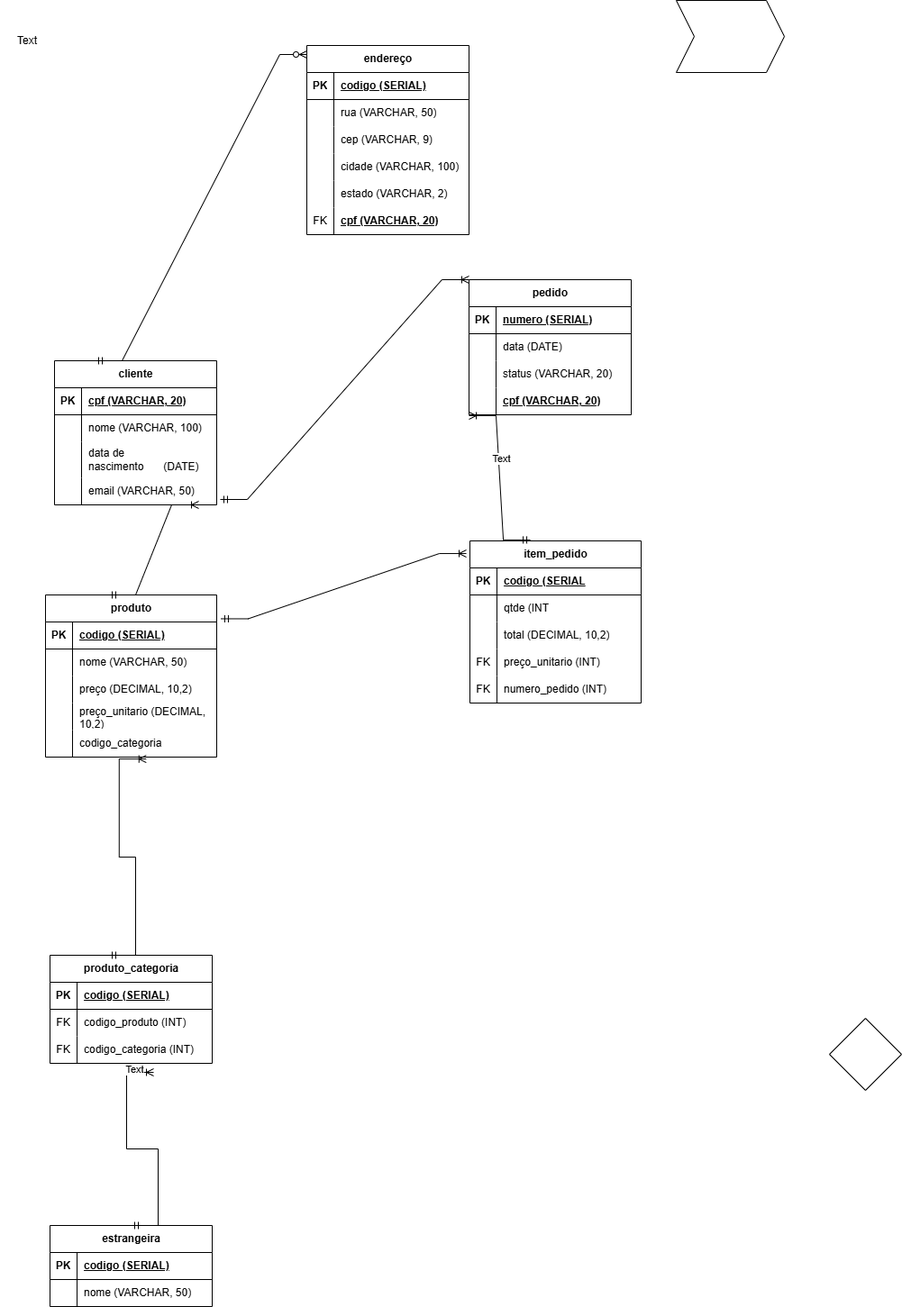
thaianygfogaca/diagrama-modelagem-de-dados-essenciais keeps this draw.io diagram as modelagem de dados essenciais.drawio.png. Above is the earlier version. Source tidied: cells renumbered, new cells last; positions are measured from the earlier drawing's top-left corner, leaving out a move shared by most shapes.
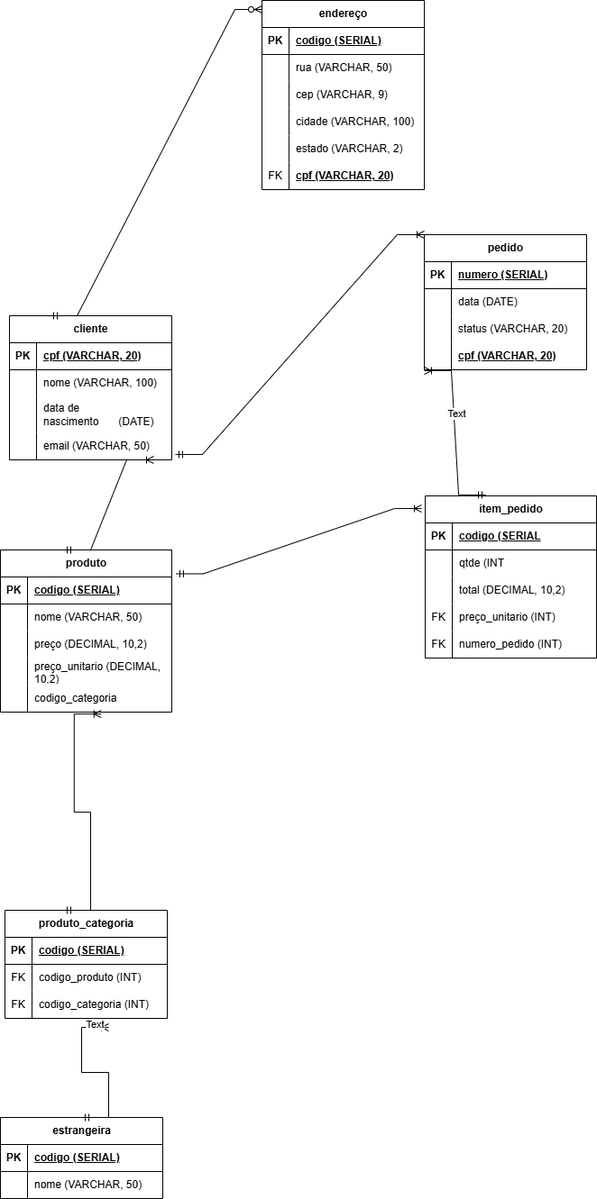
The same file after the commit.

Diff of the diagram source:
```diff
@@ -251,7 +251,7 @@
       <mxGeometry relative="1" as="geometry" />
     </mxCell>
     <mxCell id="84" value="estrangeira" style="shape=table;startSize=30;rowLines=0;fontStyle=1;align=center;html=1;" parent="1" vertex="1">
-      <mxGeometry x="55" y="1360" width="180" height="90" as="geometry" />
+      <mxGeometry x="50" y="1290" width="180" height="90" as="geometry" />
     </mxCell>
     <mxCell id="85" style="shape=tableRow;horizontal=0;startSize=0;swimlaneHead=0;swimlaneBody=0;fillColor=none;top=0;left=0;right=0;bottom=1;" parent="84" vertex="1">
       <mxGeometry y="30" width="180" height="30" as="geometry" />
@@ -271,15 +271,6 @@
     <mxCell id="90" value="nome (VARCHAR, 50)" style="shape=partialRectangle;fillColor=none;top=0;left=0;bottom=0;right=0;align=left;spacingLeft=6;overflow=hidden;whiteSpace=wrap;html=1;" parent="88" vertex="1">
       <mxGeometry x="30" width="150" height="30" as="geometry" />
     </mxCell>
-    <mxCell id="91" value="Text" style="text;html=1;whiteSpace=wrap;strokeColor=none;fillColor=none;align=center;verticalAlign=middle;rounded=0;" parent="1" vertex="1">
-      <mxGeometry y="30" width="60" height="30" as="geometry" />
-    </mxCell>
-    <mxCell id="92" style="shape=step;perimeter=stepPerimeter;whiteSpace=wrap;html=1;fixedSize=1;" parent="1" vertex="1">
-      <mxGeometry x="750" width="120" height="80" as="geometry" />
-    </mxCell>
-    <mxCell id="93" style="rhombus;whiteSpace=wrap;html=1;" parent="1" vertex="1">
-      <mxGeometry x="920" y="1130" width="80" height="80" as="geometry" />
-    </mxCell>
     <mxCell id="94" value="produto_categoria" style="shape=table;startSize=30;rowLines=0;fontStyle=1;align=center;html=1;" parent="1" vertex="1">
       <mxGeometry x="55" y="1060" width="180" height="120" as="geometry" />
     </mxCell>
```
